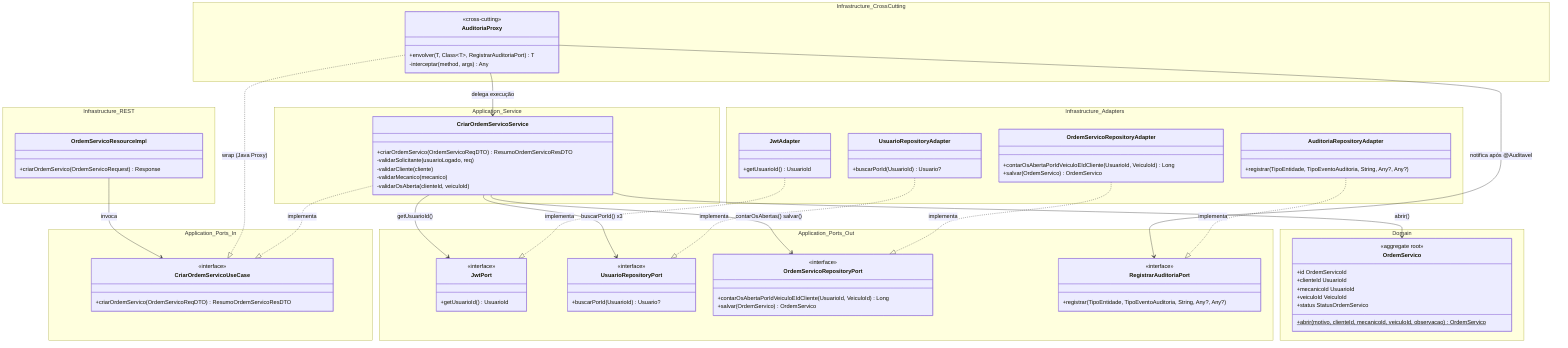
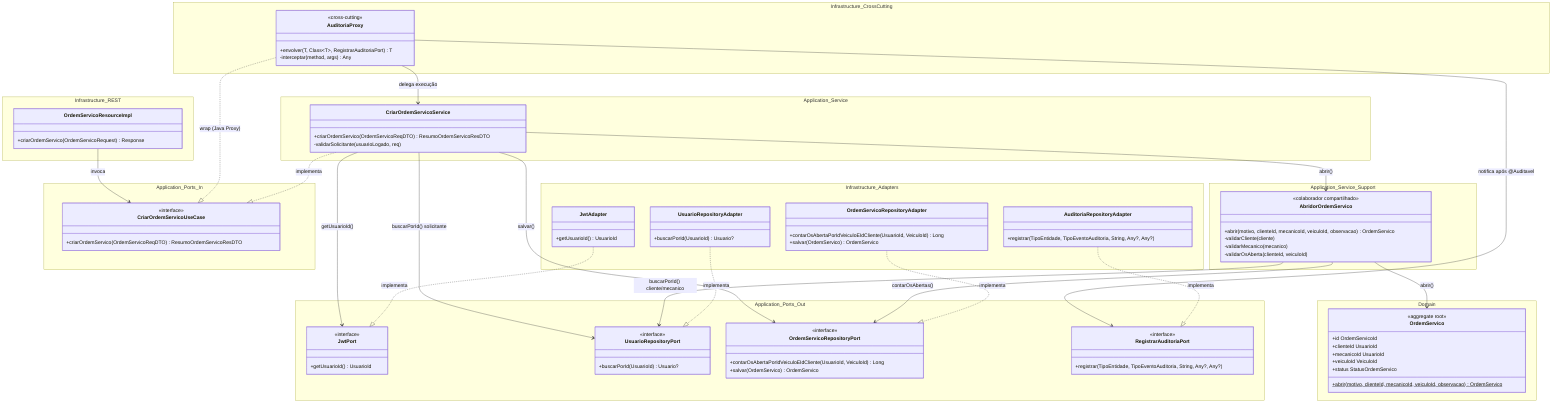
classDiagram
    direction TB

    namespace Infrastructure_REST {
        class OrdemServicoResourceImpl {
            +criarOrdemServico(OrdemServicoRequest) Response
        }
    }

    namespace Infrastructure_CrossCutting {
        class AuditoriaProxy {
            <<cross-cutting>>
            +envolver(T, Class~T~, RegistrarAuditoriaPort) T
            -interceptar(method, args) Any
        }
    }

    namespace Application_Ports_In {
        class CriarOrdemServicoUseCase {
            <<interface>>
            +criarOrdemServico(OrdemServicoReqDTO) ResumoOrdemServicoResDTO
        }
    }

    namespace Application_Service {
        class CriarOrdemServicoService {
            +criarOrdemServico(OrdemServicoReqDTO) ResumoOrdemServicoResDTO
            -validarSolicitante(usuarioLogado, req)
+         }
+     }
+ 
+     namespace Application_Service_Support {
+         class AbridorOrdemServico {
+             <<colaborador compartilhado>>
+             +abrir(motivo, clienteId, mecanicoId, veiculoId, observacao) OrdemServico
            -validarCliente(cliente)
            -validarMecanico(mecanico)
            -validarOsAberta(clienteId, veiculoId)
        }
    }

    namespace Application_Ports_Out {
        class JwtPort {
            <<interface>>
            +getUsuarioId() UsuarioId
        }
        class UsuarioRepositoryPort {
            <<interface>>
            +buscarPorId(UsuarioId) Usuario?
        }
        class OrdemServicoRepositoryPort {
            <<interface>>
            +contarOsAbertaPorIdVeiculoEIdCliente(UsuarioId, VeiculoId) Long
            +salvar(OrdemServico) OrdemServico
        }
        class RegistrarAuditoriaPort {
            <<interface>>
            +registrar(TipoEntidade, TipoEventoAuditoria, String, Any?, Any?)
        }
    }

    namespace Domain {
        class OrdemServico {
            <<aggregate root>>
            +id OrdemServicoId
            +clienteId UsuarioId
            +mecanicoId UsuarioId
            +veiculoId VeiculoId
            +status StatusOrdemServico
            +abrir(motivo, clienteId, mecanicoId, veiculoId, observacao)$ OrdemServico
        }
    }

    namespace Infrastructure_Adapters {
        class JwtAdapter {
            +getUsuarioId() UsuarioId
        }
        class UsuarioRepositoryAdapter {
            +buscarPorId(UsuarioId) Usuario?
        }
        class OrdemServicoRepositoryAdapter {
            +contarOsAbertaPorIdVeiculoEIdCliente(UsuarioId, VeiculoId) Long
            +salvar(OrdemServico) OrdemServico
        }
        class AuditoriaRepositoryAdapter {
            +registrar(TipoEntidade, TipoEventoAuditoria, String, Any?, Any?)
        }
    }

    OrdemServicoResourceImpl --> CriarOrdemServicoUseCase : invoca

    AuditoriaProxy ..|> CriarOrdemServicoUseCase : wrap (Java Proxy)
    AuditoriaProxy --> CriarOrdemServicoService : delega execução
    AuditoriaProxy --> RegistrarAuditoriaPort : notifica após @Auditavel

    CriarOrdemServicoService ..|> CriarOrdemServicoUseCase : implementa
    CriarOrdemServicoService --> JwtPort : getUsuarioId()
-     CriarOrdemServicoService --> UsuarioRepositoryPort : buscarPorId() x3
-     CriarOrdemServicoService --> OrdemServicoRepositoryPort : contarOsAbertas() salvar()
-     CriarOrdemServicoService --> OrdemServico : abrir()
+     CriarOrdemServicoService --> UsuarioRepositoryPort : buscarPorId() solicitante
+     CriarOrdemServicoService --> AbridorOrdemServico : abrir()
+     CriarOrdemServicoService --> OrdemServicoRepositoryPort : salvar()
+ 
+     AbridorOrdemServico --> UsuarioRepositoryPort : buscarPorId() cliente/mecanico
+     AbridorOrdemServico --> OrdemServicoRepositoryPort : contarOsAbertas()
+     AbridorOrdemServico --> OrdemServico : abrir()

    JwtAdapter ..|> JwtPort : implementa
    UsuarioRepositoryAdapter ..|> UsuarioRepositoryPort : implementa
    OrdemServicoRepositoryAdapter ..|> OrdemServicoRepositoryPort : implementa
    AuditoriaRepositoryAdapter ..|> RegistrarAuditoriaPort : implementa
